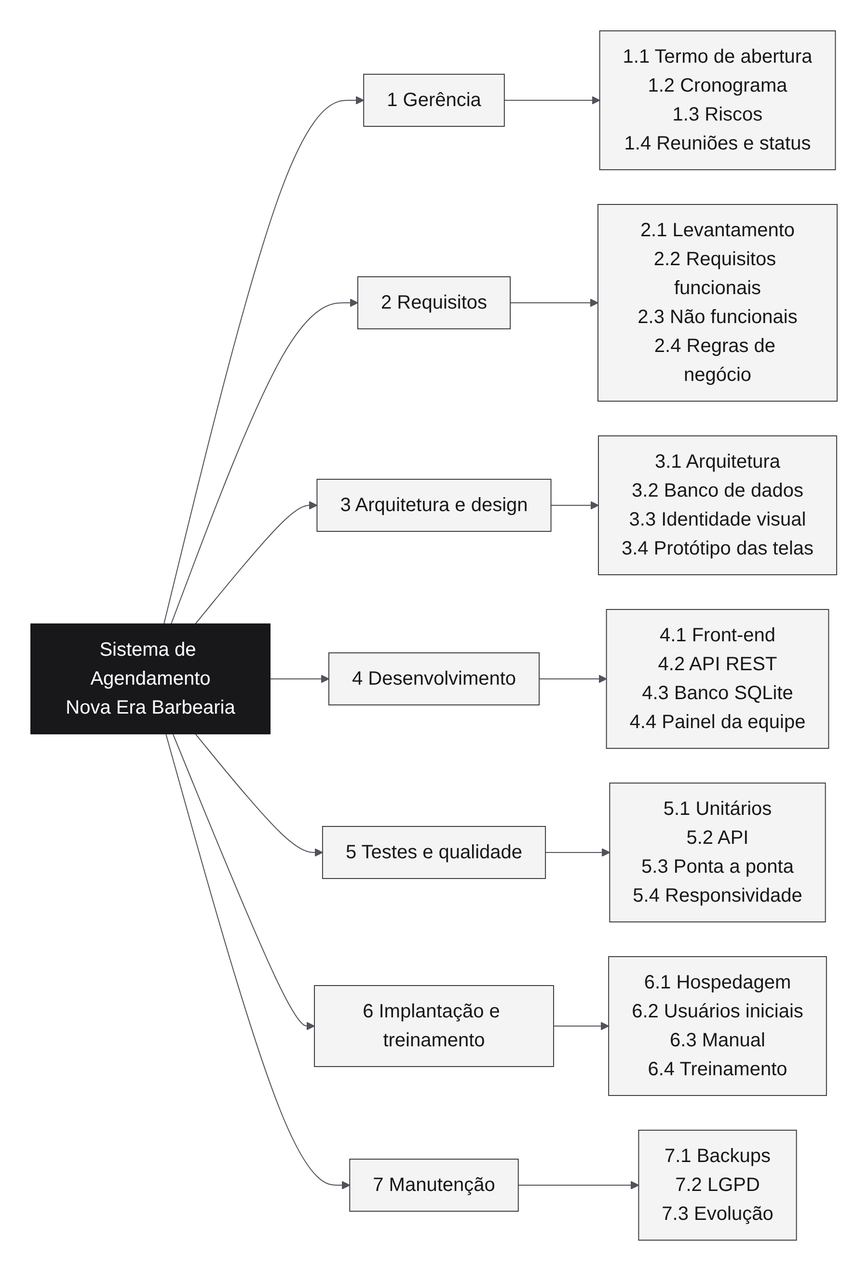
The Mermaid diagram docs/diagramas/01-eap.png in GustavoResendeDev/V2.AtividadeEscolar, before a commit. Its source is kept beside it as docs/diagramas/fonte/01-eap.mmd. Source of this version:
```mermaid
flowchart LR
  P["Sistema de Agendamento<br/>Nova Era Barbearia"]:::raiz
  P --> G["1 Gerência"]
  P --> R["2 Requisitos"]
  P --> A["3 Arquitetura e design"]
  P --> D["4 Desenvolvimento"]
  P --> T["5 Testes e qualidade"]
  P --> I["6 Implantação e treinamento"]
  P --> M["7 Manutenção"]
  G --> G1["1.1 Termo de abertura<br/>1.2 Cronograma<br/>1.3 Riscos<br/>1.4 Reuniões e status"]
  R --> R1["2.1 Levantamento<br/>2.2 Requisitos funcionais<br/>2.3 Não funcionais<br/>2.4 Regras de negócio"]
  A --> A1["3.1 Arquitetura<br/>3.2 Banco de dados<br/>3.3 Identidade visual<br/>3.4 Protótipo das telas"]
  D --> D1["4.1 Front-end<br/>4.2 API REST<br/>4.3 Banco SQLite<br/>4.4 Painel da equipe"]
  T --> T1["5.1 Unitários<br/>5.2 API<br/>5.3 Ponta a ponta<br/>5.4 Responsividade"]
  I --> I1["6.1 Hospedagem<br/>6.2 Usuários iniciais<br/>6.3 Manual<br/>6.4 Treinamento"]
  M --> M1["7.1 Backups<br/>7.2 LGPD<br/>7.3 Evolução"]
  classDef raiz fill:#18181b,color:#fff,stroke:#18181b
```
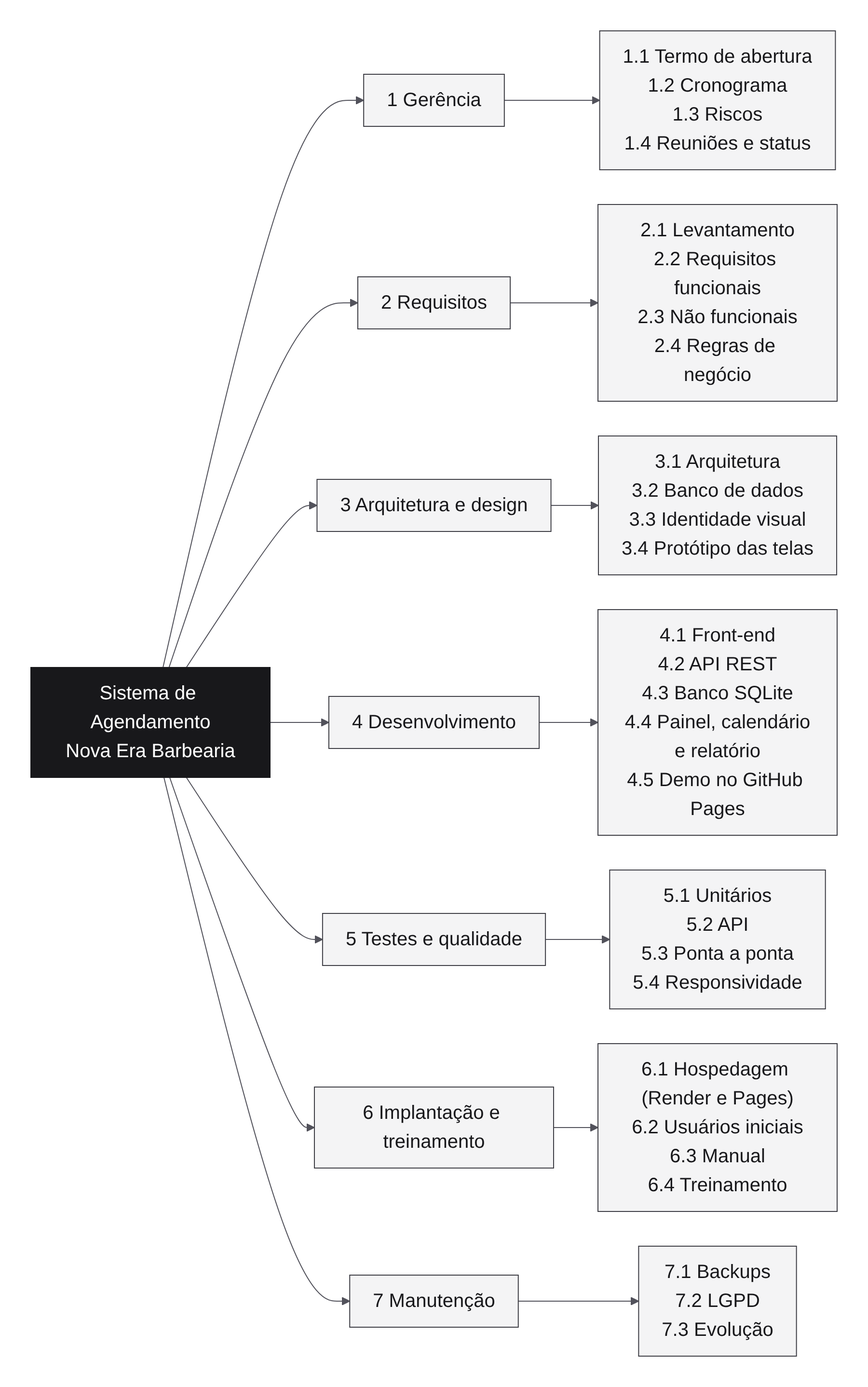
The same file after the commit.

Diff of the diagram source:
```diff
@@ -10,8 +10,8 @@
   G --> G1["1.1 Termo de abertura<br/>1.2 Cronograma<br/>1.3 Riscos<br/>1.4 Reuniões e status"]
   R --> R1["2.1 Levantamento<br/>2.2 Requisitos funcionais<br/>2.3 Não funcionais<br/>2.4 Regras de negócio"]
   A --> A1["3.1 Arquitetura<br/>3.2 Banco de dados<br/>3.3 Identidade visual<br/>3.4 Protótipo das telas"]
-  D --> D1["4.1 Front-end<br/>4.2 API REST<br/>4.3 Banco SQLite<br/>4.4 Painel da equipe"]
+  D --> D1["4.1 Front-end<br/>4.2 API REST<br/>4.3 Banco SQLite<br/>4.4 Painel, calendário<br/>e relatório<br/>4.5 Demo no GitHub Pages"]
   T --> T1["5.1 Unitários<br/>5.2 API<br/>5.3 Ponta a ponta<br/>5.4 Responsividade"]
-  I --> I1["6.1 Hospedagem<br/>6.2 Usuários iniciais<br/>6.3 Manual<br/>6.4 Treinamento"]
+  I --> I1["6.1 Hospedagem (Render e Pages)<br/>6.2 Usuários iniciais<br/>6.3 Manual<br/>6.4 Treinamento"]
   M --> M1["7.1 Backups<br/>7.2 LGPD<br/>7.3 Evolução"]
   classDef raiz fill:#18181b,color:#fff,stroke:#18181b
```
